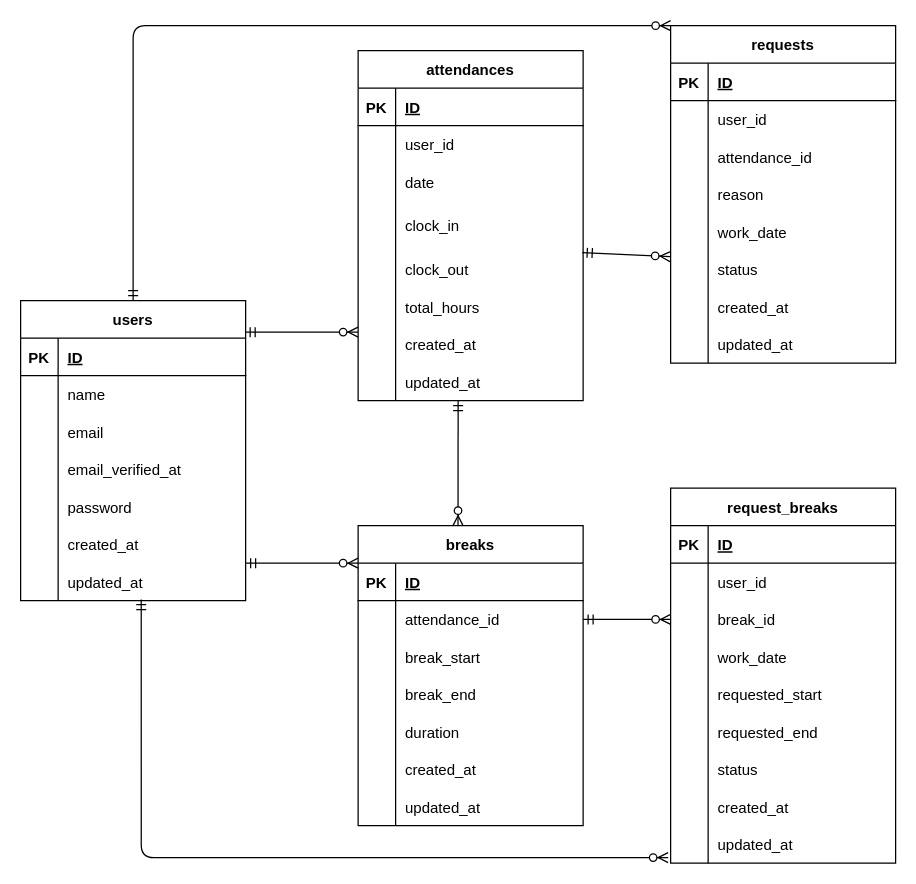
The draw.io diagram ER.drawio in nishimiyu0313/yamada-attendanceapp, before the edit. Source tidied: cells renumbered, new cells numbered last; positions are measured from the earlier drawing's top-left corner, leaving out a move shared by most shapes. Both pictures are drawn from the tidied source at 125%, with x=0, y=0 at pixel (20, 25).
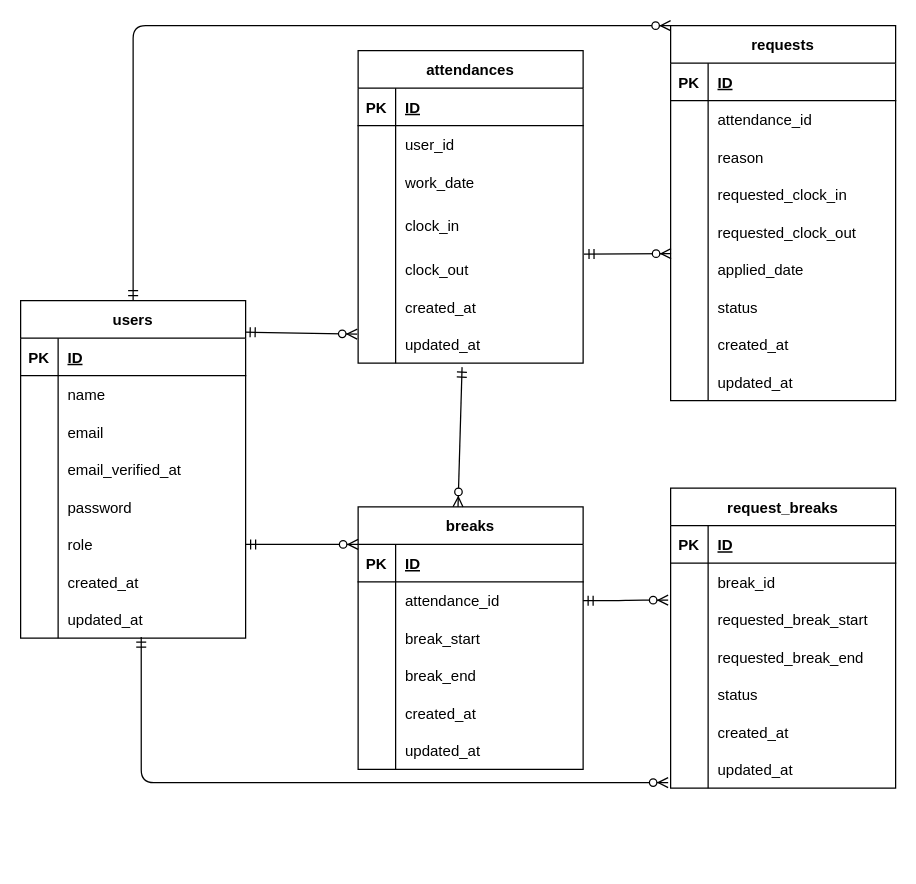
The same diagram, later.

The change refers to these unchanged cells:
```xml
<mxCell id="3" style="shape=tableRow;horizontal=0;startSize=0;swimlaneHead=0;swimlaneBody=0;fillColor=none;points=[[0,0.5],[1,0.5]];portConstraint=eastwest;top=0;left=0;right=0;bottom=1;" parent="2" vertex="1">
  <mxGeometry y="30" width="180" height="30" as="geometry" />
</mxCell>
<mxCell id="31" style="shape=tableRow;horizontal=0;startSize=0;swimlaneHead=0;swimlaneBody=0;fillColor=none;top=0;left=0;right=0;bottom=0;" parent="24" vertex="1">
  <mxGeometry y="90" width="180" height="30" as="geometry" />
</mxCell>
<mxCell id="37" style="shape=tableRow;horizontal=0;startSize=0;swimlaneHead=0;swimlaneBody=0;fillColor=none;points=[[0,0.5],[1,0.5]];portConstraint=eastwest;top=0;left=0;right=0;bottom=0;" parent="24" vertex="1">
  <mxGeometry y="160" width="180" height="30" as="geometry" />
</mxCell>
<mxCell id="50" style="shape=tableRow;horizontal=0;startSize=0;swimlaneHead=0;swimlaneBody=0;fillColor=none;points=[[0,0.5],[1,0.5]];portConstraint=eastwest;top=0;left=0;right=0;bottom=1;" parent="49" vertex="1">
  <mxGeometry y="30" width="180" height="30" as="geometry" />
</mxCell>
<mxCell id="53" style="shape=tableRow;horizontal=0;startSize=0;swimlaneHead=0;swimlaneBody=0;fillColor=none;points=[[0,0.5],[1,0.5]];portConstraint=eastwest;top=0;left=0;right=0;bottom=0;" parent="49" vertex="1">
  <mxGeometry y="60" width="180" height="30" as="geometry" />
</mxCell>
```

The edit, as a diff of the source:
```diff
@@
     <mxCell id="2" value="users" style="shape=table;startSize=30;childLayout=tableLayout;rowLines=0;fontStyle=1;align=center;" parent="1" vertex="1">
-      <mxGeometry y="220" width="180" height="240" as="geometry" />
+      <mxGeometry y="220" width="180" height="270" as="geometry" />
     </mxCell>
@@
+    <mxCell id="131" style="shape=tableRow;horizontal=0;startSize=0;swimlaneHead=0;swimlaneBody=0;fillColor=none;points=[[0,0.5],[1,0.5]];portConstraint=eastwest;top=0;left=0;right=0;bottom=0;" parent="2" vertex="1">
+      <mxGeometry y="180" width="180" height="30" as="geometry" />
+    </mxCell>
+    <mxCell id="132" style="shape=partialRectangle;fillColor=none;top=0;left=0;bottom=0;right=0;overflow=hidden;" parent="131" vertex="1">
+      <mxGeometry width="30" height="30" as="geometry" />
+    </mxCell>
+    <mxCell id="133" value="role" style="shape=partialRectangle;fillColor=none;top=0;left=0;bottom=0;right=0;align=left;spacingLeft=6;overflow=hidden;" parent="131" vertex="1">
+      <mxGeometry x="30" width="150" height="30" as="geometry" />
+    </mxCell>
     <mxCell id="18" style="shape=tableRow;horizontal=0;startSize=0;swimlaneHead=0;swimlaneBody=0;fillColor=none;top=0;left=0;right=0;bottom=0;" parent="2" vertex="1">
-      <mxGeometry y="180" width="180" height="30" as="geometry" />
+      <mxGeometry y="210" width="180" height="30" as="geometry" />
     </mxCell>
@@
     <mxCell id="21" style="shape=tableRow;horizontal=0;startSize=0;swimlaneHead=0;swimlaneBody=0;fillColor=none;points=[[0,0.5],[1,0.5]];portConstraint=eastwest;top=0;left=0;right=0;bottom=0;" parent="2" vertex="1">
-      <mxGeometry y="210" width="180" height="30" as="geometry" />
+      <mxGeometry y="240" width="180" height="30" as="geometry" />
     </mxCell>
@@
     <mxCell id="24" value="attendances" style="shape=table;startSize=30;childLayout=tableLayout;rowLines=0;fontStyle=1;align=center;" parent="1" vertex="1">
-      <mxGeometry x="270" y="20" width="180" height="280" as="geometry" />
+      <mxGeometry x="270" y="20" width="180" height="250" as="geometry" />
     </mxCell>
@@
-    <mxCell id="33" value="date" style="shape=partialRectangle;fillColor=none;top=0;left=0;bottom=0;right=0;align=left;spacingLeft=6;overflow=hidden;" parent="31" vertex="1">
+    <mxCell id="33" value="work_date" style="shape=partialRectangle;fillColor=none;top=0;left=0;bottom=0;right=0;align=left;spacingLeft=6;overflow=hidden;" parent="31" vertex="1">
       <mxGeometry x="30" width="150" height="30" as="geometry" />
     </mxCell>
@@
-    <mxCell id="40" style="shape=tableRow;horizontal=0;startSize=0;swimlaneHead=0;swimlaneBody=0;fillColor=none;top=0;left=0;right=0;bottom=0;" parent="24" vertex="1">
-      <mxGeometry y="190" width="180" height="30" as="geometry" />
-    </mxCell>
-    <mxCell id="41" style="shape=partialRectangle;fillColor=none;top=0;left=0;bottom=0;right=0;overflow=hidden;" parent="40" vertex="1">
-      <mxGeometry width="30" height="30" as="geometry" />
-    </mxCell>
-    <mxCell id="42" value="total_hours" style="shape=partialRectangle;fillColor=none;top=0;left=0;bottom=0;right=0;align=left;spacingLeft=6;overflow=hidden;" parent="40" vertex="1">
-      <mxGeometry x="30" width="150" height="30" as="geometry" />
-    </mxCell>
     <mxCell id="43" style="shape=tableRow;horizontal=0;startSize=0;swimlaneHead=0;swimlaneBody=0;fillColor=none;points=[[0,0.5],[1,0.5]];portConstraint=eastwest;top=0;left=0;right=0;bottom=0;" parent="24" vertex="1">
-      <mxGeometry y="220" width="180" height="30" as="geometry" />
+      <mxGeometry y="190" width="180" height="30" as="geometry" />
     </mxCell>
@@
     <mxCell id="46" style="shape=tableRow;horizontal=0;startSize=0;swimlaneHead=0;swimlaneBody=0;fillColor=none;points=[[0,0.5],[1,0.5]];portConstraint=eastwest;top=0;left=0;right=0;bottom=0;" parent="24" vertex="1">
-      <mxGeometry y="250" width="180" height="30" as="geometry" />
+      <mxGeometry y="220" width="180" height="30" as="geometry" />
     </mxCell>
@@
     <mxCell id="49" value="breaks" style="shape=table;startSize=30;childLayout=tableLayout;rowLines=0;fontStyle=1;align=center;" parent="1" vertex="1">
-      <mxGeometry x="270" y="400" width="180" height="240" as="geometry" />
+      <mxGeometry x="270" y="385" width="180" height="210" as="geometry" />
     </mxCell>
@@
-    <mxCell id="62" style="shape=tableRow;horizontal=0;startSize=0;swimlaneHead=0;swimlaneBody=0;fillColor=none;top=0;left=0;right=0;bottom=0;" parent="49" vertex="1">
-      <mxGeometry y="150" width="180" height="30" as="geometry" />
-    </mxCell>
-    <mxCell id="63" style="shape=partialRectangle;fillColor=none;top=0;left=0;bottom=0;right=0;overflow=hidden;" parent="62" vertex="1">
-      <mxGeometry width="30" height="30" as="geometry" />
-    </mxCell>
-    <mxCell id="64" value="duration" style="shape=partialRectangle;fillColor=none;top=0;left=0;bottom=0;right=0;align=left;spacingLeft=6;overflow=hidden;" parent="62" vertex="1">
-      <mxGeometry x="30" width="150" height="30" as="geometry" />
-    </mxCell>
     <mxCell id="65" style="shape=tableRow;horizontal=0;startSize=0;swimlaneHead=0;swimlaneBody=0;fillColor=none;top=0;left=0;right=0;bottom=0;" parent="49" vertex="1">
-      <mxGeometry y="180" width="180" height="30" as="geometry" />
+      <mxGeometry y="150" width="180" height="30" as="geometry" />
     </mxCell>
@@
     <mxCell id="68" style="shape=tableRow;horizontal=0;startSize=0;swimlaneHead=0;swimlaneBody=0;fillColor=none;top=0;left=0;right=0;bottom=0;" parent="49" vertex="1">
-      <mxGeometry y="210" width="180" height="30" as="geometry" />
+      <mxGeometry y="180" width="180" height="30" as="geometry" />
     </mxCell>
@@
     <mxCell id="71" value="requests" style="shape=table;startSize=30;childLayout=tableLayout;rowLines=0;fontStyle=1;align=center;" parent="1" vertex="1">
-      <mxGeometry x="520" width="180" height="270" as="geometry" />
+      <mxGeometry x="520" width="180" height="300" as="geometry" />
     </mxCell>
@@
-    <mxCell id="75" style="shape=tableRow;horizontal=0;startSize=0;swimlaneHead=0;swimlaneBody=0;fillColor=none;top=0;left=0;right=0;bottom=0;" parent="71" vertex="1">
-      <mxGeometry y="60" width="180" height="30" as="geometry" />
-    </mxCell>
-    <mxCell id="76" style="shape=partialRectangle;fillColor=none;top=0;left=0;bottom=0;right=0;overflow=hidden;" parent="75" vertex="1">
-      <mxGeometry width="30" height="30" as="geometry" />
-    </mxCell>
-    <mxCell id="77" value="user_id" style="shape=partialRectangle;fillColor=none;top=0;left=0;bottom=0;right=0;align=left;spacingLeft=6;overflow=hidden;" parent="75" vertex="1">
-      <mxGeometry x="30" width="150" height="30" as="geometry" />
-    </mxCell>
     <mxCell id="78" style="shape=tableRow;horizontal=0;startSize=0;swimlaneHead=0;swimlaneBody=0;fillColor=none;top=0;left=0;right=0;bottom=0;" parent="71" vertex="1">
-      <mxGeometry y="90" width="180" height="30" as="geometry" />
+      <mxGeometry y="60" width="180" height="30" as="geometry" />
     </mxCell>
@@
     <mxCell id="81" style="shape=tableRow;horizontal=0;startSize=0;swimlaneHead=0;swimlaneBody=0;fillColor=none;top=0;left=0;right=0;bottom=0;" parent="71" vertex="1">
-      <mxGeometry y="120" width="180" height="30" as="geometry" />
+      <mxGeometry y="90" width="180" height="30" as="geometry" />
     </mxCell>
@@
-    <mxCell id="84" style="shape=tableRow;horizontal=0;startSize=0;swimlaneHead=0;swimlaneBody=0;fillColor=none;top=0;left=0;right=0;bottom=0;" parent="71" vertex="1">
-      <mxGeometry y="150" width="180" height="30" as="geometry" />
-    </mxCell>
-    <mxCell id="85" style="shape=partialRectangle;fillColor=none;top=0;left=0;bottom=0;right=0;overflow=hidden;" parent="84" vertex="1">
-      <mxGeometry width="30" height="30" as="geometry" />
-    </mxCell>
-    <mxCell id="86" value="work_date" style="shape=partialRectangle;fillColor=none;top=0;left=0;bottom=0;right=0;align=left;spacingLeft=6;overflow=hidden;" parent="84" vertex="1">
-      <mxGeometry x="30" width="150" height="30" as="geometry" />
-    </mxCell>
+    <mxCell id="106" style="shape=tableRow;horizontal=0;startSize=0;swimlaneHead=0;swimlaneBody=0;fillColor=none;top=0;left=0;right=0;bottom=0;" parent="71" vertex="1">
+      <mxGeometry y="120" width="180" height="30" as="geometry" />
+    </mxCell>
+    <mxCell id="134" style="shape=partialRectangle;fillColor=none;top=0;left=0;bottom=0;right=0;overflow=hidden;" parent="106" vertex="1">
+      <mxGeometry width="30" height="30" as="geometry" />
+    </mxCell>
+    <mxCell id="135" value="requested_clock_in" style="shape=partialRectangle;fillColor=none;top=0;left=0;bottom=0;right=0;align=left;spacingLeft=6;overflow=hidden;" parent="106" vertex="1">
+      <mxGeometry x="30" width="150" height="30" as="geometry" />
+    </mxCell>
+    <mxCell id="136" style="shape=tableRow;horizontal=0;startSize=0;swimlaneHead=0;swimlaneBody=0;fillColor=none;top=0;left=0;right=0;bottom=0;" parent="71" vertex="1">
+      <mxGeometry y="150" width="180" height="30" as="geometry" />
+    </mxCell>
+    <mxCell id="137" style="shape=partialRectangle;fillColor=none;top=0;left=0;bottom=0;right=0;overflow=hidden;" parent="136" vertex="1">
+      <mxGeometry width="30" height="30" as="geometry" />
+    </mxCell>
+    <mxCell id="138" value="requested_clock_out" style="shape=partialRectangle;fillColor=none;top=0;left=0;bottom=0;right=0;align=left;spacingLeft=6;overflow=hidden;" parent="136" vertex="1">
+      <mxGeometry x="30" width="150" height="30" as="geometry" />
+    </mxCell>
+    <mxCell id="139" style="shape=tableRow;horizontal=0;startSize=0;swimlaneHead=0;swimlaneBody=0;fillColor=none;points=[[0,0.5],[1,0.5]];portConstraint=eastwest;top=0;left=0;right=0;bottom=0;" parent="71" vertex="1">
+      <mxGeometry y="180" width="180" height="30" as="geometry" />
+    </mxCell>
+    <mxCell id="140" style="shape=partialRectangle;fillColor=none;top=0;left=0;bottom=0;right=0;overflow=hidden;" parent="139" vertex="1">
+      <mxGeometry width="30" height="30" as="geometry" />
+    </mxCell>
+    <mxCell id="141" value="applied_date" style="shape=partialRectangle;fillColor=none;top=0;left=0;bottom=0;right=0;align=left;spacingLeft=6;overflow=hidden;" parent="139" vertex="1">
+      <mxGeometry x="30" width="150" height="30" as="geometry" />
+    </mxCell>
     <mxCell id="87" style="shape=tableRow;horizontal=0;startSize=0;swimlaneHead=0;swimlaneBody=0;fillColor=none;points=[[0,0.5],[1,0.5]];portConstraint=eastwest;top=0;left=0;right=0;bottom=0;" parent="71" vertex="1">
-      <mxGeometry y="180" width="180" height="30" as="geometry" />
+      <mxGeometry y="210" width="180" height="30" as="geometry" />
     </mxCell>
@@
     <mxCell id="90" style="shape=tableRow;horizontal=0;startSize=0;swimlaneHead=0;swimlaneBody=0;fillColor=none;top=0;left=0;right=0;bottom=0;" parent="71" vertex="1">
-      <mxGeometry y="210" width="180" height="30" as="geometry" />
+      <mxGeometry y="240" width="180" height="30" as="geometry" />
     </mxCell>
@@
     <mxCell id="93" style="shape=tableRow;horizontal=0;startSize=0;swimlaneHead=0;swimlaneBody=0;fillColor=none;top=0;left=0;right=0;bottom=0;" parent="71" vertex="1">
-      <mxGeometry y="240" width="180" height="30" as="geometry" />
+      <mxGeometry y="270" width="180" height="30" as="geometry" />
     </mxCell>
@@
     <mxCell id="96" value="request_breaks" style="shape=table;startSize=30;childLayout=tableLayout;rowLines=0;fontStyle=1;align=center;" parent="1" vertex="1">
-      <mxGeometry x="520" y="370" width="180" height="300" as="geometry" />
+      <mxGeometry x="520" y="370" width="180" height="240" as="geometry" />
     </mxCell>
@@
-    <mxCell id="100" style="shape=tableRow;horizontal=0;startSize=0;swimlaneHead=0;swimlaneBody=0;fillColor=none;top=0;left=0;right=0;bottom=0;" parent="96" vertex="1">
-      <mxGeometry y="60" width="180" height="30" as="geometry" />
-    </mxCell>
-    <mxCell id="101" style="shape=partialRectangle;fillColor=none;top=0;left=0;bottom=0;right=0;overflow=hidden;" parent="100" vertex="1">
-      <mxGeometry width="30" height="30" as="geometry" />
-    </mxCell>
-    <mxCell id="102" value="user_id" style="shape=partialRectangle;fillColor=none;top=0;left=0;bottom=0;right=0;align=left;spacingLeft=6;overflow=hidden;" parent="100" vertex="1">
-      <mxGeometry x="30" width="150" height="30" as="geometry" />
-    </mxCell>
     <mxCell id="103" style="shape=tableRow;horizontal=0;startSize=0;swimlaneHead=0;swimlaneBody=0;fillColor=none;points=[[0,0.5],[1,0.5]];portConstraint=eastwest;top=0;left=0;right=0;bottom=0;" parent="96" vertex="1">
-      <mxGeometry y="90" width="180" height="30" as="geometry" />
+      <mxGeometry y="60" width="180" height="30" as="geometry" />
     </mxCell>
@@
-    <mxCell id="106" style="shape=tableRow;horizontal=0;startSize=0;swimlaneHead=0;swimlaneBody=0;fillColor=none;top=0;left=0;right=0;bottom=0;" parent="96" vertex="1">
-      <mxGeometry y="120" width="180" height="30" as="geometry" />
-    </mxCell>
-    <mxCell id="107" style="shape=partialRectangle;fillColor=none;top=0;left=0;bottom=0;right=0;overflow=hidden;" parent="106" vertex="1">
-      <mxGeometry width="30" height="30" as="geometry" />
-    </mxCell>
-    <mxCell id="108" value="work_date" style="shape=partialRectangle;fillColor=none;top=0;left=0;bottom=0;right=0;align=left;spacingLeft=6;overflow=hidden;" parent="106" vertex="1">
-      <mxGeometry x="30" width="150" height="30" as="geometry" />
-    </mxCell>
     <mxCell id="109" style="shape=tableRow;horizontal=0;startSize=0;swimlaneHead=0;swimlaneBody=0;fillColor=none;points=[[0,0.5],[1,0.5]];portConstraint=eastwest;top=0;left=0;right=0;bottom=0;" parent="96" vertex="1">
-      <mxGeometry y="150" width="180" height="30" as="geometry" />
+      <mxGeometry y="90" width="180" height="30" as="geometry" />
     </mxCell>
@@
-    <mxCell id="111" value="requested_start" style="shape=partialRectangle;fillColor=none;top=0;left=0;bottom=0;right=0;align=left;spacingLeft=6;overflow=hidden;" parent="109" vertex="1">
+    <mxCell id="111" value="requested_break_start" style="shape=partialRectangle;fillColor=none;top=0;left=0;bottom=0;right=0;align=left;spacingLeft=6;overflow=hidden;" parent="109" vertex="1">
       <mxGeometry x="30" width="150" height="30" as="geometry" />
     </mxCell>
     <mxCell id="112" style="shape=tableRow;horizontal=0;startSize=0;swimlaneHead=0;swimlaneBody=0;fillColor=none;top=0;left=0;right=0;bottom=0;" parent="96" vertex="1">
-      <mxGeometry y="180" width="180" height="30" as="geometry" />
+      <mxGeometry y="120" width="180" height="30" as="geometry" />
     </mxCell>
@@
-    <mxCell id="114" value="requested_end" style="shape=partialRectangle;fillColor=none;top=0;left=0;bottom=0;right=0;align=left;spacingLeft=6;overflow=hidden;" parent="112" vertex="1">
+    <mxCell id="114" value="requested_break_end" style="shape=partialRectangle;fillColor=none;top=0;left=0;bottom=0;right=0;align=left;spacingLeft=6;overflow=hidden;" parent="112" vertex="1">
       <mxGeometry x="30" width="150" height="30" as="geometry" />
     </mxCell>
     <mxCell id="115" style="shape=tableRow;horizontal=0;startSize=0;swimlaneHead=0;swimlaneBody=0;fillColor=none;top=0;left=0;right=0;bottom=0;" parent="96" vertex="1">
-      <mxGeometry y="210" width="180" height="30" as="geometry" />
+      <mxGeometry y="150" width="180" height="30" as="geometry" />
     </mxCell>
@@
     <mxCell id="118" style="shape=tableRow;horizontal=0;startSize=0;swimlaneHead=0;swimlaneBody=0;fillColor=none;top=0;left=0;right=0;bottom=0;" parent="96" vertex="1">
-      <mxGeometry y="240" width="180" height="30" as="geometry" />
+      <mxGeometry y="180" width="180" height="30" as="geometry" />
     </mxCell>
@@
     <mxCell id="121" style="shape=tableRow;horizontal=0;startSize=0;swimlaneHead=0;swimlaneBody=0;fillColor=none;points=[[0,0.5],[1,0.5]];portConstraint=eastwest;top=0;left=0;right=0;bottom=0;" parent="96" vertex="1">
-      <mxGeometry y="270" width="180" height="30" as="geometry" />
+      <mxGeometry y="210" width="180" height="30" as="geometry" />
     </mxCell>
@@
-    <mxCell id="124" style="fontSize=12;html=1;endArrow=ERzeroToMany;startArrow=ERmandOne;exitX=0.998;exitY=-0.16;exitDx=0;exitDy=0;entryX=0;entryY=0.173;entryDx=0;entryDy=0;entryPerimeter=0;exitPerimeter=0;" parent="1" edge="1" source="3" target="43">
+    <mxCell id="124" style="fontSize=12;html=1;endArrow=ERzeroToMany;startArrow=ERmandOne;exitX=0.998;exitY=-0.16;exitDx=0;exitDy=0;entryX=-0.004;entryY=0.227;entryDx=0;entryDy=0;exitPerimeter=0;entryPerimeter=0;" parent="1" edge="1" source="3" target="46">
       <mxGeometry relative="1" as="geometry" />
     </mxCell>
-    <mxCell id="125" style="edgeStyle=entityRelationEdgeStyle;fontSize=12;html=1;endArrow=ERzeroToMany;startArrow=ERmandOne;exitX=1;exitY=0;exitDx=0;exitDy=0;exitPerimeter=0;entryX=0;entryY=0;entryDx=0;entryDy=0;entryPerimeter=0;" parent="1" edge="1" source="21" target="50">
+    <mxCell id="125" style="edgeStyle=entityRelationEdgeStyle;fontSize=12;html=1;endArrow=ERzeroToMany;startArrow=ERmandOne;exitX=1;exitY=0.5;exitDx=0;exitDy=0;entryX=0;entryY=0;entryDx=0;entryDy=0;entryPerimeter=0;" parent="1" edge="1" source="131" target="50">
       <mxGeometry relative="1" as="geometry" />
     </mxCell>
-    <mxCell id="126" style="fontSize=12;html=1;endArrow=ERzeroToMany;startArrow=ERmandOne;entryX=0.444;entryY=0;entryDx=0;entryDy=0;entryPerimeter=0;" parent="1" edge="1" target="49">
-      <mxGeometry relative="1" as="geometry">
-        <mxPoint x="350" y="300" as="sourcePoint" />
-      </mxGeometry>
+    <mxCell id="126" style="fontSize=12;html=1;endArrow=ERzeroToMany;startArrow=ERmandOne;entryX=0.444;entryY=0;entryDx=0;entryDy=0;entryPerimeter=0;exitX=0.462;exitY=1.107;exitDx=0;exitDy=0;exitPerimeter=0;" parent="1" edge="1" source="46" target="49">
+      <mxGeometry relative="1" as="geometry" />
     </mxCell>
@@
-    <mxCell id="128" style="edgeStyle=entityRelationEdgeStyle;fontSize=12;html=1;endArrow=ERzeroToMany;startArrow=ERmandOne;entryX=0;entryY=0.5;entryDx=0;entryDy=0;exitX=1;exitY=0.5;exitDx=0;exitDy=0;" parent="1" edge="1" source="53" target="103">
+    <mxCell id="128" style="edgeStyle=entityRelationEdgeStyle;fontSize=12;html=1;endArrow=ERzeroToMany;startArrow=ERmandOne;exitX=1;exitY=0.5;exitDx=0;exitDy=0;entryX=-0.011;entryY=-0.013;entryDx=0;entryDy=0;entryPerimeter=0;" parent="1" edge="1" source="53" target="109">
       <mxGeometry relative="1" as="geometry" />
     </mxCell>
-    <mxCell id="129" style="fontSize=12;html=1;endArrow=ERzeroToMany;startArrow=ERmandOne;exitX=0.996;exitY=0.053;exitDx=0;exitDy=0;exitPerimeter=0;entryX=-0.002;entryY=0.16;entryDx=0;entryDy=0;entryPerimeter=0;" parent="1" edge="1" source="37" target="87">
+    <mxCell id="129" style="fontSize=12;html=1;endArrow=ERzeroToMany;startArrow=ERmandOne;entryX=0.002;entryY=0.08;entryDx=0;entryDy=0;entryPerimeter=0;exitX=1.004;exitY=0.093;exitDx=0;exitDy=0;exitPerimeter=0;" parent="1" edge="1" source="37" target="139">
       <mxGeometry relative="1" as="geometry" />
     </mxCell>
```
